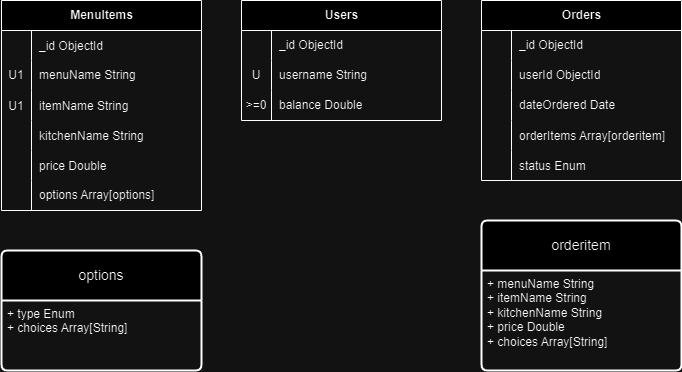
Above: zacksfoodcourt.png in Ursinus-JJJKA/lower-wismer-ordering-server (draw.io), before the change. Source tidied: cells renumbered, new cells last; positions are measured from the earlier drawing's top-left corner, leaving out a move shared by most shapes.
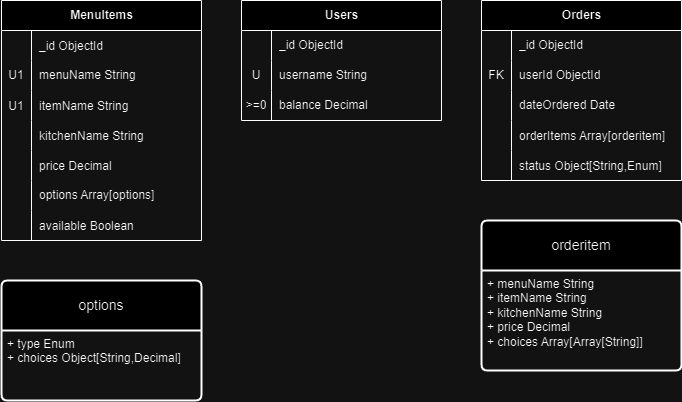
The same diagram one commit later.

Commit message:
Price schema refactor and more

What changed in the source:
```diff
@@ -17,7 +17,7 @@
     <mxCell id="6" style="shape=tableRow;horizontal=0;startSize=0;swimlaneHead=0;swimlaneBody=0;fillColor=none;top=0;left=0;right=0;bottom=0;" parent="2" vertex="1">
       <mxGeometry y="60" width="200" height="30" as="geometry" />
     </mxCell>
-    <mxCell id="7" style="shape=partialRectangle;fillColor=none;top=0;left=0;bottom=0;right=0;overflow=hidden;whiteSpace=wrap;html=1;" parent="6" vertex="1">
+    <mxCell id="7" value="FK" style="shape=partialRectangle;fillColor=none;top=0;left=0;bottom=0;right=0;overflow=hidden;whiteSpace=wrap;html=1;" parent="6" vertex="1">
       <mxGeometry width="30" height="30" as="geometry" />
     </mxCell>
     <mxCell id="8" value="userId ObjectId" style="shape=partialRectangle;fillColor=none;top=0;left=0;bottom=0;right=0;align=left;spacingLeft=6;overflow=hidden;whiteSpace=wrap;html=1;" parent="6" vertex="1">
@@ -47,11 +47,11 @@
     <mxCell id="16" style="shape=partialRectangle;fillColor=none;top=0;left=0;bottom=0;right=0;overflow=hidden;" parent="15" vertex="1">
       <mxGeometry width="30" height="30" as="geometry" />
     </mxCell>
-    <mxCell id="17" value="status Enum" style="shape=partialRectangle;fillColor=none;top=0;left=0;bottom=0;right=0;align=left;spacingLeft=6;overflow=hidden;" parent="15" vertex="1">
+    <mxCell id="17" value="status Object[String,Enum]" style="shape=partialRectangle;fillColor=none;top=0;left=0;bottom=0;right=0;align=left;spacingLeft=6;overflow=hidden;" parent="15" vertex="1">
       <mxGeometry x="30" width="170" height="30" as="geometry" />
     </mxCell>
     <mxCell id="18" value="MenuItems" style="shape=table;startSize=30;rowLines=0;fontStyle=1;align=center;html=1;" parent="1" vertex="1">
-      <mxGeometry width="200" height="210" as="geometry" />
+      <mxGeometry width="200" height="240" as="geometry" />
     </mxCell>
     <mxCell id="19" style="shape=tableRow;horizontal=0;startSize=0;swimlaneHead=0;swimlaneBody=0;fillColor=none;top=0;left=0;right=0;bottom=0;" parent="18" vertex="1">
       <mxGeometry y="30" width="200" height="30" as="geometry" />
@@ -95,7 +95,7 @@
     <mxCell id="32" style="shape=partialRectangle;fillColor=none;top=0;left=0;bottom=0;right=0;overflow=hidden;" parent="31" vertex="1">
       <mxGeometry width="30" height="30" as="geometry" />
     </mxCell>
-    <mxCell id="33" value="price Double" style="shape=partialRectangle;fillColor=none;top=0;left=0;bottom=0;right=0;align=left;spacingLeft=6;overflow=hidden;" parent="31" vertex="1">
+    <mxCell id="33" value="price Decimal" style="shape=partialRectangle;fillColor=none;top=0;left=0;bottom=0;right=0;align=left;spacingLeft=6;overflow=hidden;" parent="31" vertex="1">
       <mxGeometry x="30" width="170" height="30" as="geometry" />
     </mxCell>
     <mxCell id="34" style="shape=tableRow;horizontal=0;startSize=0;swimlaneHead=0;swimlaneBody=0;fillColor=none;top=0;left=0;right=0;bottom=0;" parent="18" vertex="1">
@@ -107,6 +107,15 @@
     <mxCell id="36" value="options Array[options]" style="shape=partialRectangle;fillColor=none;top=0;left=0;bottom=0;right=0;align=left;spacingLeft=6;overflow=hidden;whiteSpace=wrap;html=1;" parent="34" vertex="1">
       <mxGeometry x="30" width="170" height="30" as="geometry" />
     </mxCell>
+    <mxCell id="51" style="shape=tableRow;horizontal=0;startSize=0;swimlaneHead=0;swimlaneBody=0;fillColor=none;top=0;left=0;right=0;bottom=0;" parent="18" vertex="1">
+      <mxGeometry y="210" width="200" height="30" as="geometry" />
+    </mxCell>
+    <mxCell id="52" style="shape=partialRectangle;fillColor=none;top=0;left=0;bottom=0;right=0;overflow=hidden;" parent="51" vertex="1">
+      <mxGeometry width="30" height="30" as="geometry" />
+    </mxCell>
+    <mxCell id="53" value="available Boolean" style="shape=partialRectangle;fillColor=none;top=0;left=0;bottom=0;right=0;align=left;spacingLeft=6;overflow=hidden;" parent="51" vertex="1">
+      <mxGeometry x="30" width="170" height="30" as="geometry" />
+    </mxCell>
     <mxCell id="37" value="Users" style="shape=table;startSize=30;rowLines=0;fontStyle=1;align=center;html=1;" parent="1" vertex="1">
       <mxGeometry x="240" width="200" height="120" as="geometry" />
     </mxCell>
@@ -134,19 +143,19 @@
     <mxCell id="45" value="&amp;gt;=0" style="shape=partialRectangle;fillColor=none;top=0;left=0;bottom=0;right=0;overflow=hidden;whiteSpace=wrap;html=1;" parent="44" vertex="1">
       <mxGeometry width="30" height="30" as="geometry" />
     </mxCell>
-    <mxCell id="46" value="balance Double" style="shape=partialRectangle;fillColor=none;top=0;left=0;bottom=0;right=0;align=left;spacingLeft=6;overflow=hidden;whiteSpace=wrap;html=1;" parent="44" vertex="1">
+    <mxCell id="46" value="balance Decimal" style="shape=partialRectangle;fillColor=none;top=0;left=0;bottom=0;right=0;align=left;spacingLeft=6;overflow=hidden;whiteSpace=wrap;html=1;" parent="44" vertex="1">
       <mxGeometry x="30" width="170" height="30" as="geometry" />
     </mxCell>
     <mxCell id="47" value="options" style="swimlane;horizontal=1;startSize=50;rounded=1;fontSize=14;fontStyle=0;strokeWidth=2;shadow=0;dashed=0;align=center;arcSize=4;whiteSpace=wrap;html=1;" parent="1" vertex="1">
-      <mxGeometry y="250" width="200" height="120" as="geometry" />
+      <mxGeometry y="280" width="200" height="120" as="geometry" />
     </mxCell>
-    <mxCell id="48" value="+ type Enum&lt;br&gt;+ choices Array[String]" style="align=left;strokeColor=none;fillColor=none;spacingLeft=4;fontSize=12;verticalAlign=top;html=1;" parent="47" vertex="1">
+    <mxCell id="48" value="+ type Enum&lt;br&gt;+ choices Object[String,Decimal]" style="align=left;strokeColor=none;fillColor=none;spacingLeft=4;fontSize=12;verticalAlign=top;html=1;" parent="47" vertex="1">
       <mxGeometry y="50" width="200" height="70" as="geometry" />
     </mxCell>
     <mxCell id="49" value="orderitem" style="swimlane;horizontal=1;startSize=50;rounded=1;fontSize=14;fontStyle=0;strokeWidth=2;shadow=0;dashed=0;align=center;arcSize=4;whiteSpace=wrap;html=1;" parent="1" vertex="1">
       <mxGeometry x="480" y="220" width="200" height="150" as="geometry" />
     </mxCell>
-    <mxCell id="50" value="+ menuName String&lt;br&gt;+ itemName String&lt;br&gt;+ kitchenName String&lt;br style=&quot;border-color: var(--border-color);&quot;&gt;+ price Double&lt;br style=&quot;border-color: var(--border-color);&quot;&gt;+ choices Array[String]" style="align=left;strokeColor=none;fillColor=none;spacingLeft=4;fontSize=12;verticalAlign=top;html=1;" parent="49" vertex="1">
+    <mxCell id="50" value="+ menuName String&lt;br&gt;+ itemName String&lt;br&gt;+ kitchenName String&lt;br style=&quot;border-color: var(--border-color);&quot;&gt;+ price Decimal&lt;br style=&quot;border-color: var(--border-color);&quot;&gt;+ choices Array[Array[String]]" style="align=left;strokeColor=none;fillColor=none;spacingLeft=4;fontSize=12;verticalAlign=top;html=1;" parent="49" vertex="1">
       <mxGeometry y="50" width="200" height="100" as="geometry" />
     </mxCell>
   </root>
```
